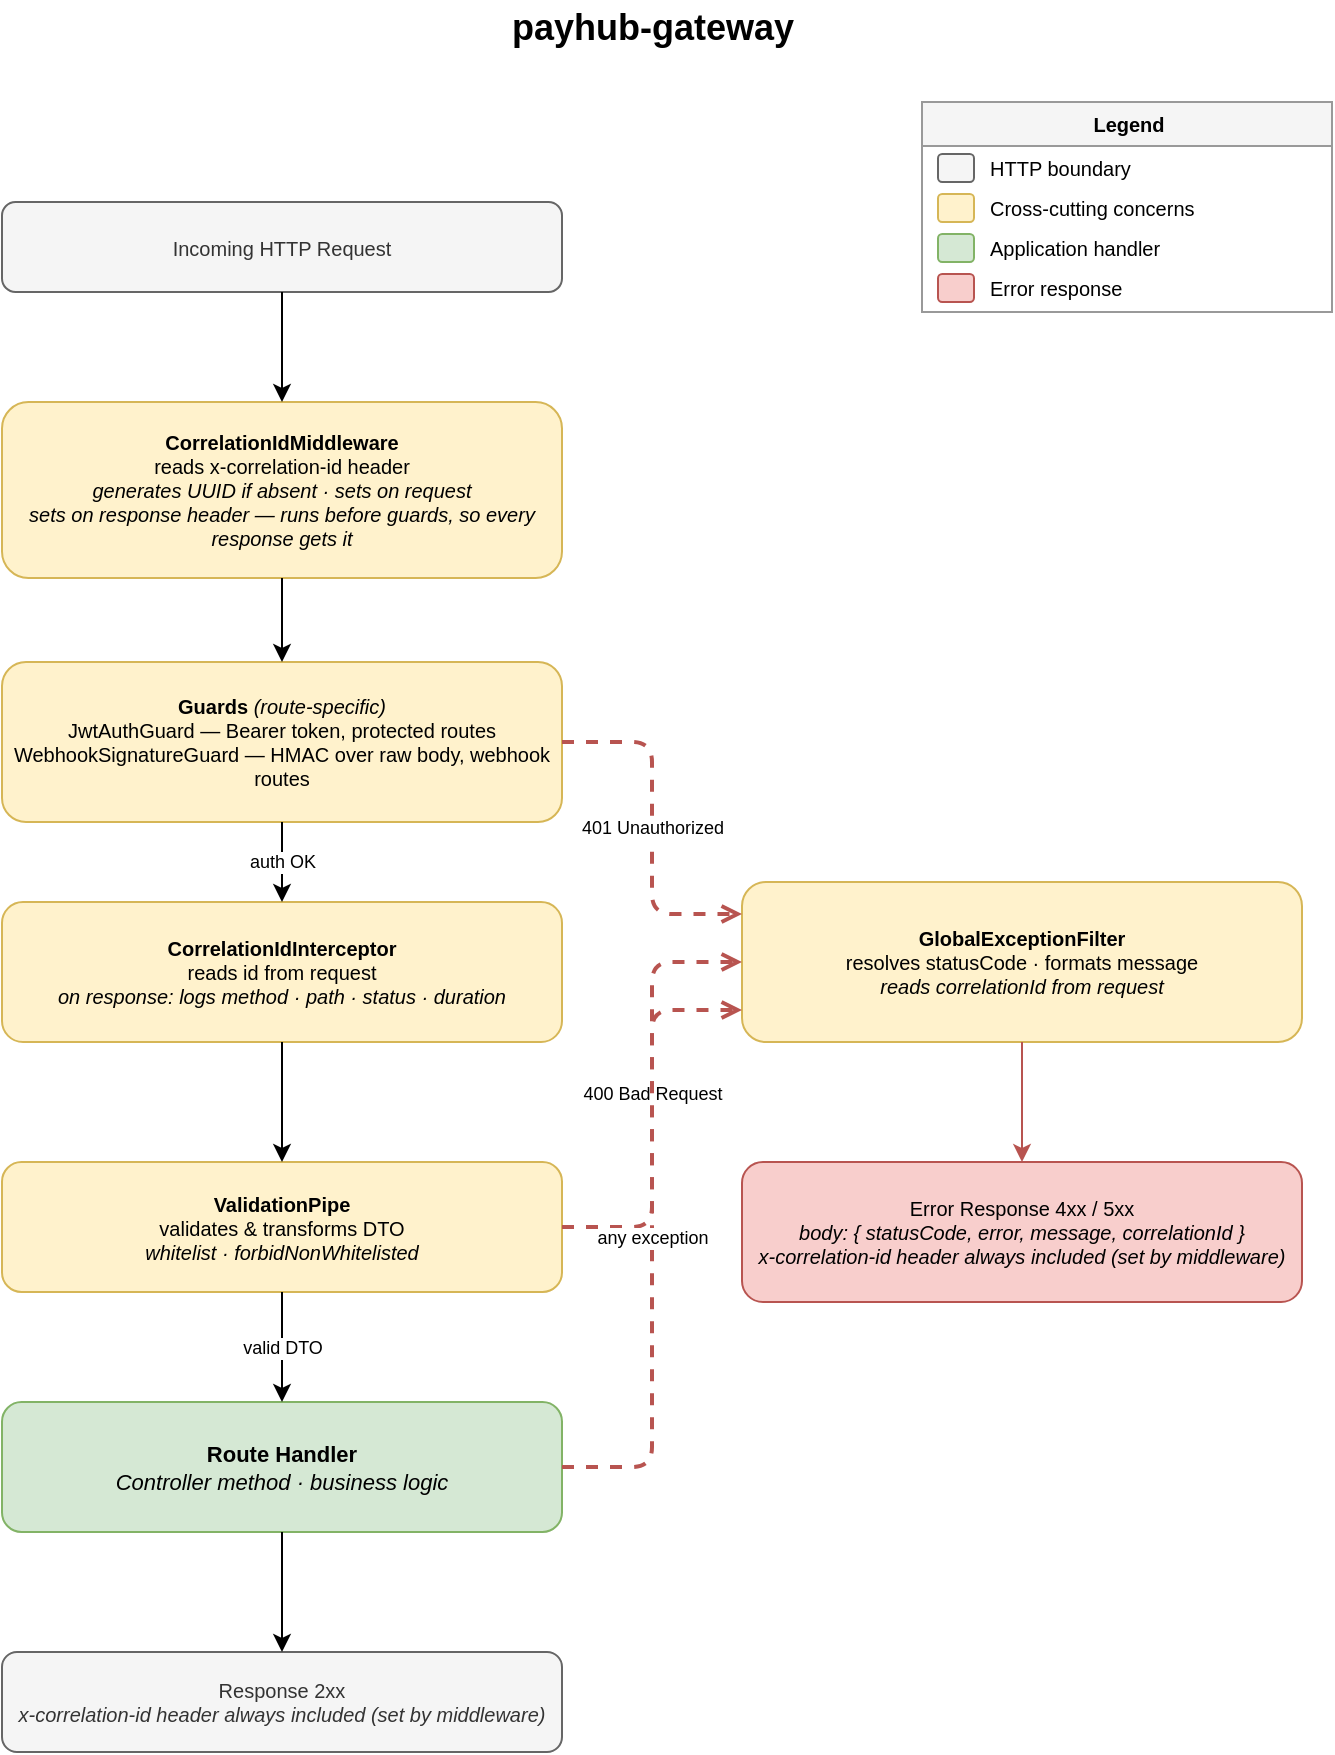
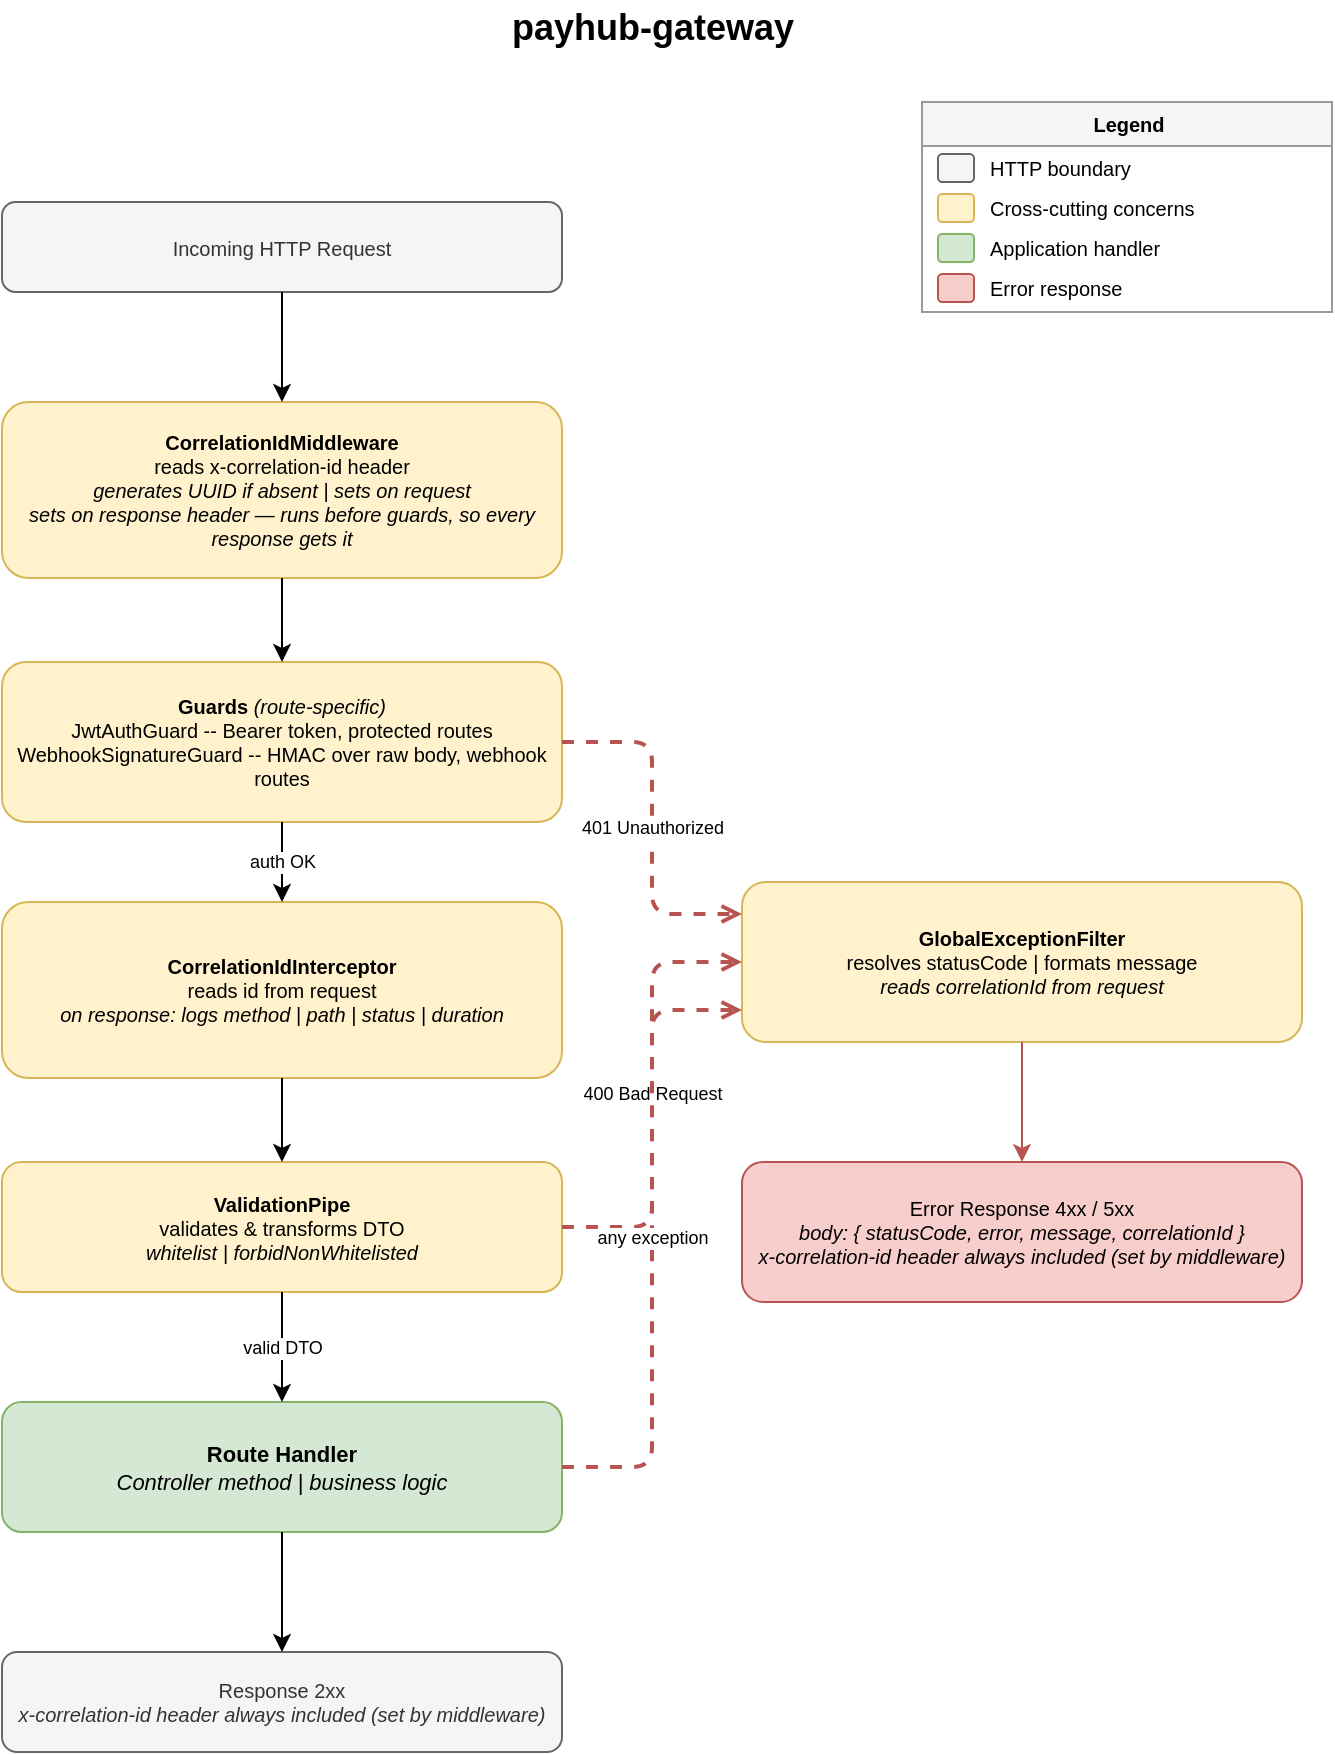
<mxfile host="Electron">
  <diagram name="Request Lifecycle" id="payhub-lifecycle-v1">
-     <mxGraphModel dx="1640" dy="1961" grid="1" gridSize="10" guides="1" tooltips="1" connect="1" arrows="1" fold="1" page="1" pageScale="1" pageWidth="750" pageHeight="960" math="0" shadow="0">
+     <mxGraphModel dx="1394" dy="1811" grid="1" gridSize="10" guides="1" tooltips="1" connect="1" arrows="1" fold="1" page="1" pageScale="1" pageWidth="750" pageHeight="960" math="0" shadow="0">
      <root>
        <mxCell id="0" />
        <mxCell id="1" parent="0" />
        <mxCell id="lc-title" parent="1" style="text;html=1;strokeColor=none;fillColor=none;align=center;verticalAlign=middle;fontSize=18;fontStyle=1;" value="payhub-gateway" vertex="1">
          <mxGeometry height="28" width="500" x="125" y="-51" as="geometry" />
        </mxCell>
        <mxCell id="lc-request-in" parent="1" style="rounded=1;fillColor=#f5f5f5;strokeColor=#666666;fontSize=10;html=1;whiteSpace=wrap;fontColor=#333333;" value="Incoming HTTP Request" vertex="1">
          <mxGeometry height="45" width="280" x="50" y="50" as="geometry" />
        </mxCell>
-         <mxCell id="lc-middleware" parent="1" style="rounded=1;fillColor=#fff2cc;strokeColor=#d6b656;fontSize=10;html=1;whiteSpace=wrap;" value="&lt;b&gt;CorrelationIdMiddleware&lt;/b&gt;&lt;br&gt;reads x-correlation-id header&lt;br&gt;&lt;i&gt;generates UUID if absent · sets on request&lt;/i&gt;&lt;br&gt;&lt;i&gt;sets on response header — runs before guards, so every response gets it&lt;/i&gt;" vertex="1">
+         <mxCell id="lc-middleware" parent="1" style="rounded=1;fillColor=#fff2cc;strokeColor=#d6b656;fontSize=10;html=1;whiteSpace=wrap;" value="&lt;b&gt;CorrelationIdMiddleware&lt;/b&gt;&lt;br&gt;reads x-correlation-id header&lt;br&gt;&lt;i&gt;generates UUID if absent | sets on request&lt;/i&gt;&lt;br&gt;&lt;i&gt;sets on response header — runs before guards, so every response gets it&lt;/i&gt;" vertex="1">
          <mxGeometry height="88" width="280" x="50" y="150" as="geometry" />
        </mxCell>
-         <mxCell id="lc-guard" parent="1" style="rounded=1;fillColor=#fff2cc;strokeColor=#d6b656;fontSize=10;html=1;whiteSpace=wrap;" value="&lt;b&gt;Guards&lt;/b&gt; &lt;i&gt;(route-specific)&lt;/i&gt;&lt;br&gt;JwtAuthGuard — Bearer token, protected routes&lt;br&gt;WebhookSignatureGuard — HMAC over raw body, webhook routes" vertex="1">
+         <mxCell id="lc-guard" parent="1" style="rounded=1;fillColor=#fff2cc;strokeColor=#d6b656;fontSize=10;html=1;whiteSpace=wrap;" value="&lt;b&gt;Guards&lt;/b&gt; &lt;i&gt;(route-specific)&lt;/i&gt;&lt;br&gt;JwtAuthGuard -- Bearer token, protected routes&lt;br&gt;WebhookSignatureGuard -- HMAC over raw body, webhook routes" vertex="1">
          <mxGeometry height="80" width="280" x="50" y="280" as="geometry" />
        </mxCell>
-         <mxCell id="lc-interceptor" parent="1" style="rounded=1;fillColor=#fff2cc;strokeColor=#d6b656;fontSize=10;html=1;whiteSpace=wrap;" value="&lt;b&gt;CorrelationIdInterceptor&lt;/b&gt;&lt;br&gt;reads id from request&lt;br&gt;&lt;i&gt;on response: logs method · path · status · duration&lt;/i&gt;" vertex="1">
-           <mxGeometry height="70" width="280" x="50" y="400" as="geometry" />
+         <mxCell id="lc-interceptor" parent="1" style="rounded=1;fillColor=#fff2cc;strokeColor=#d6b656;fontSize=10;html=1;whiteSpace=wrap;" value="&lt;b&gt;CorrelationIdInterceptor&lt;/b&gt;&lt;br&gt;reads id from request&lt;br&gt;&lt;i&gt;on response: logs method | path | status | duration&lt;/i&gt;" vertex="1">
+           <mxGeometry height="88" width="280" x="50" y="400" as="geometry" />
        </mxCell>
-         <mxCell id="lc-pipe" parent="1" style="rounded=1;fillColor=#fff2cc;strokeColor=#d6b656;fontSize=10;html=1;whiteSpace=wrap;" value="&lt;b&gt;ValidationPipe&lt;/b&gt;&lt;br&gt;validates &amp; transforms DTO&lt;br&gt;&lt;i&gt;whitelist · forbidNonWhitelisted&lt;/i&gt;" vertex="1">
+         <mxCell id="lc-pipe" parent="1" style="rounded=1;fillColor=#fff2cc;strokeColor=#d6b656;fontSize=10;html=1;whiteSpace=wrap;" value="&lt;b&gt;ValidationPipe&lt;/b&gt;&lt;br&gt;validates &amp;amp; transforms DTO&lt;br&gt;&lt;i&gt;whitelist | forbidNonWhitelisted&lt;/i&gt;" vertex="1">
          <mxGeometry height="65" width="280" x="50" y="530" as="geometry" />
        </mxCell>
-         <mxCell id="lc-handler" parent="1" style="rounded=1;fillColor=#d5e8d4;strokeColor=#82b366;fontSize=11;html=1;whiteSpace=wrap;" value="&lt;b&gt;Route Handler&lt;/b&gt;&lt;br&gt;&lt;i&gt;Controller method · business logic&lt;/i&gt;" vertex="1">
+         <mxCell id="lc-handler" parent="1" style="rounded=1;fillColor=#d5e8d4;strokeColor=#82b366;fontSize=11;html=1;whiteSpace=wrap;" value="&lt;b&gt;Route Handler&lt;/b&gt;&lt;br&gt;&lt;i&gt;Controller method | business logic&lt;/i&gt;" vertex="1">
          <mxGeometry height="65" width="280" x="50" y="650" as="geometry" />
        </mxCell>
        <mxCell id="lc-response-out" parent="1" style="rounded=1;fillColor=#f5f5f5;strokeColor=#666666;fontSize=10;html=1;whiteSpace=wrap;fontColor=#333333;" value="Response 2xx&lt;br&gt;&lt;i&gt;x-correlation-id header always included (set by middleware)&lt;/i&gt;" vertex="1">
          <mxGeometry height="50" width="280" x="50" y="775" as="geometry" />
        </mxCell>
-         <mxCell id="lc-exception-filter" parent="1" style="rounded=1;fillColor=#fff2cc;strokeColor=#d6b656;fontSize=10;html=1;whiteSpace=wrap;" value="&lt;b&gt;GlobalExceptionFilter&lt;/b&gt;&lt;br&gt;resolves statusCode · formats message&lt;br&gt;&lt;i&gt;reads correlationId from request&lt;/i&gt;" vertex="1">
+         <mxCell id="lc-exception-filter" parent="1" style="rounded=1;fillColor=#fff2cc;strokeColor=#d6b656;fontSize=10;html=1;whiteSpace=wrap;" value="&lt;b&gt;GlobalExceptionFilter&lt;/b&gt;&lt;br&gt;resolves statusCode | formats message&lt;br&gt;&lt;i&gt;reads correlationId from request&lt;/i&gt;" vertex="1">
          <mxGeometry height="80" width="280" x="420" y="390" as="geometry" />
        </mxCell>
        <mxCell id="lc-error-response" parent="1" style="rounded=1;fillColor=#f8cecc;strokeColor=#b85450;fontSize=10;html=1;whiteSpace=wrap;" value="Error Response 4xx / 5xx&lt;br&gt;&lt;i&gt;body: { statusCode, error, message, correlationId }&lt;/i&gt;&lt;br&gt;&lt;i&gt;x-correlation-id header always included (set by middleware)&lt;/i&gt;" vertex="1">
          <mxGeometry height="70" width="280" x="420" y="530" as="geometry" />
        </mxCell>
        <mxCell id="lc-legend" parent="1" style="swimlane;startSize=22;fillColor=#f5f5f5;strokeColor=#999999;fontStyle=1;fontSize=10;html=1;" value="Legend" vertex="1">
          <mxGeometry height="105" width="205" x="510" as="geometry" />
        </mxCell>
        <mxCell id="lc-leg-1" parent="lc-legend" style="rounded=1;fillColor=#f5f5f5;strokeColor=#666666;fontSize=9;html=1;" value="" vertex="1">
          <mxGeometry height="14" width="18" x="8" y="26" as="geometry" />
        </mxCell>
        <mxCell id="lc-leg-1t" parent="lc-legend" style="text;html=1;strokeColor=none;fillColor=none;align=left;fontSize=10;verticalAlign=middle;" value="HTTP boundary" vertex="1">
          <mxGeometry height="14" width="165" x="32" y="26" as="geometry" />
        </mxCell>
        <mxCell id="lc-leg-2" parent="lc-legend" style="rounded=1;fillColor=#fff2cc;strokeColor=#d6b656;fontSize=9;html=1;" value="" vertex="1">
          <mxGeometry height="14" width="18" x="8" y="46" as="geometry" />
        </mxCell>
        <mxCell id="lc-leg-2t" parent="lc-legend" style="text;html=1;strokeColor=none;fillColor=none;align=left;fontSize=10;verticalAlign=middle;" value="Cross-cutting concerns" vertex="1">
          <mxGeometry height="14" width="165" x="32" y="46" as="geometry" />
        </mxCell>
        <mxCell id="lc-leg-3" parent="lc-legend" style="rounded=1;fillColor=#d5e8d4;strokeColor=#82b366;fontSize=9;html=1;" value="" vertex="1">
          <mxGeometry height="14" width="18" x="8" y="66" as="geometry" />
        </mxCell>
        <mxCell id="lc-leg-3t" parent="lc-legend" style="text;html=1;strokeColor=none;fillColor=none;align=left;fontSize=10;verticalAlign=middle;" value="Application handler" vertex="1">
          <mxGeometry height="14" width="165" x="32" y="66" as="geometry" />
        </mxCell>
        <mxCell id="lc-leg-4" parent="lc-legend" style="rounded=1;fillColor=#f8cecc;strokeColor=#b85450;fontSize=9;html=1;" value="" vertex="1">
          <mxGeometry height="14" width="18" x="8" y="86" as="geometry" />
        </mxCell>
        <mxCell id="lc-leg-4t" parent="lc-legend" style="text;html=1;strokeColor=none;fillColor=none;align=left;fontSize=10;verticalAlign=middle;" value="Error response" vertex="1">
          <mxGeometry height="14" width="165" x="32" y="86" as="geometry" />
        </mxCell>
        <mxCell id="lc-e1" edge="1" parent="1" source="lc-request-in" style="edgeStyle=orthogonalEdgeStyle;html=1;fontSize=9;" target="lc-middleware" value="">
          <mxGeometry relative="1" as="geometry" />
        </mxCell>
        <mxCell id="lc-e2" edge="1" parent="1" source="lc-middleware" style="edgeStyle=orthogonalEdgeStyle;html=1;fontSize=9;" target="lc-guard" value="">
          <mxGeometry relative="1" as="geometry" />
        </mxCell>
        <mxCell id="lc-e3" edge="1" parent="1" source="lc-guard" style="edgeStyle=orthogonalEdgeStyle;html=1;fontSize=9;" target="lc-interceptor" value="auth OK">
          <mxGeometry relative="1" as="geometry" />
        </mxCell>
        <mxCell id="lc-e4" edge="1" parent="1" source="lc-interceptor" style="edgeStyle=orthogonalEdgeStyle;html=1;fontSize=9;" target="lc-pipe" value="">
          <mxGeometry relative="1" as="geometry" />
        </mxCell>
        <mxCell id="lc-e5" edge="1" parent="1" source="lc-pipe" style="edgeStyle=orthogonalEdgeStyle;html=1;fontSize=9;" target="lc-handler" value="valid DTO">
          <mxGeometry relative="1" as="geometry" />
        </mxCell>
        <mxCell id="lc-e6" edge="1" parent="1" source="lc-handler" style="edgeStyle=orthogonalEdgeStyle;html=1;fontSize=9;" target="lc-response-out" value="">
          <mxGeometry relative="1" as="geometry" />
        </mxCell>
        <mxCell id="lc-ex1" edge="1" parent="1" source="lc-guard" style="edgeStyle=orthogonalEdgeStyle;html=1;fontSize=9;dashed=1;strokeColor=#b85450;endArrow=open;endFill=0;strokeWidth=2;exitX=1;exitY=0.5;exitDx=0;exitDy=0;entryX=0;entryY=0.2;entryDx=0;entryDy=0;" target="lc-exception-filter" value="401 Unauthorized">
          <mxGeometry relative="1" as="geometry" />
        </mxCell>
        <mxCell id="lc-ex2" edge="1" parent="1" source="lc-pipe" style="edgeStyle=orthogonalEdgeStyle;html=1;fontSize=9;dashed=1;strokeColor=#b85450;endArrow=open;endFill=0;strokeWidth=2;exitX=1;exitY=0.5;exitDx=0;exitDy=0;entryX=0;entryY=0.5;entryDx=0;entryDy=0;" target="lc-exception-filter" value="400 Bad Request">
          <mxGeometry relative="1" as="geometry" />
        </mxCell>
        <mxCell id="lc-ex3" edge="1" parent="1" source="lc-handler" style="edgeStyle=orthogonalEdgeStyle;html=1;fontSize=9;dashed=1;strokeColor=#b85450;endArrow=open;endFill=0;strokeWidth=2;exitX=1;exitY=0.5;exitDx=0;exitDy=0;entryX=0;entryY=0.8;entryDx=0;entryDy=0;" target="lc-exception-filter" value="any exception">
          <mxGeometry relative="1" as="geometry" />
        </mxCell>
        <mxCell id="lc-ex4" edge="1" parent="1" source="lc-exception-filter" style="edgeStyle=orthogonalEdgeStyle;html=1;fontSize=9;strokeColor=#b85450;" target="lc-error-response" value="">
          <mxGeometry relative="1" as="geometry" />
        </mxCell>
      </root>
    </mxGraphModel>
  </diagram>
</mxfile>
